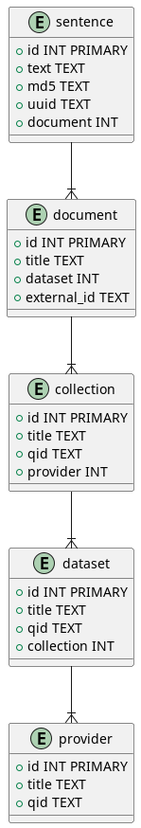
This is diagrams/datamodel.png from dpriskorn/riksdagen_sentences, a PlantUML export, as it was before one commit.
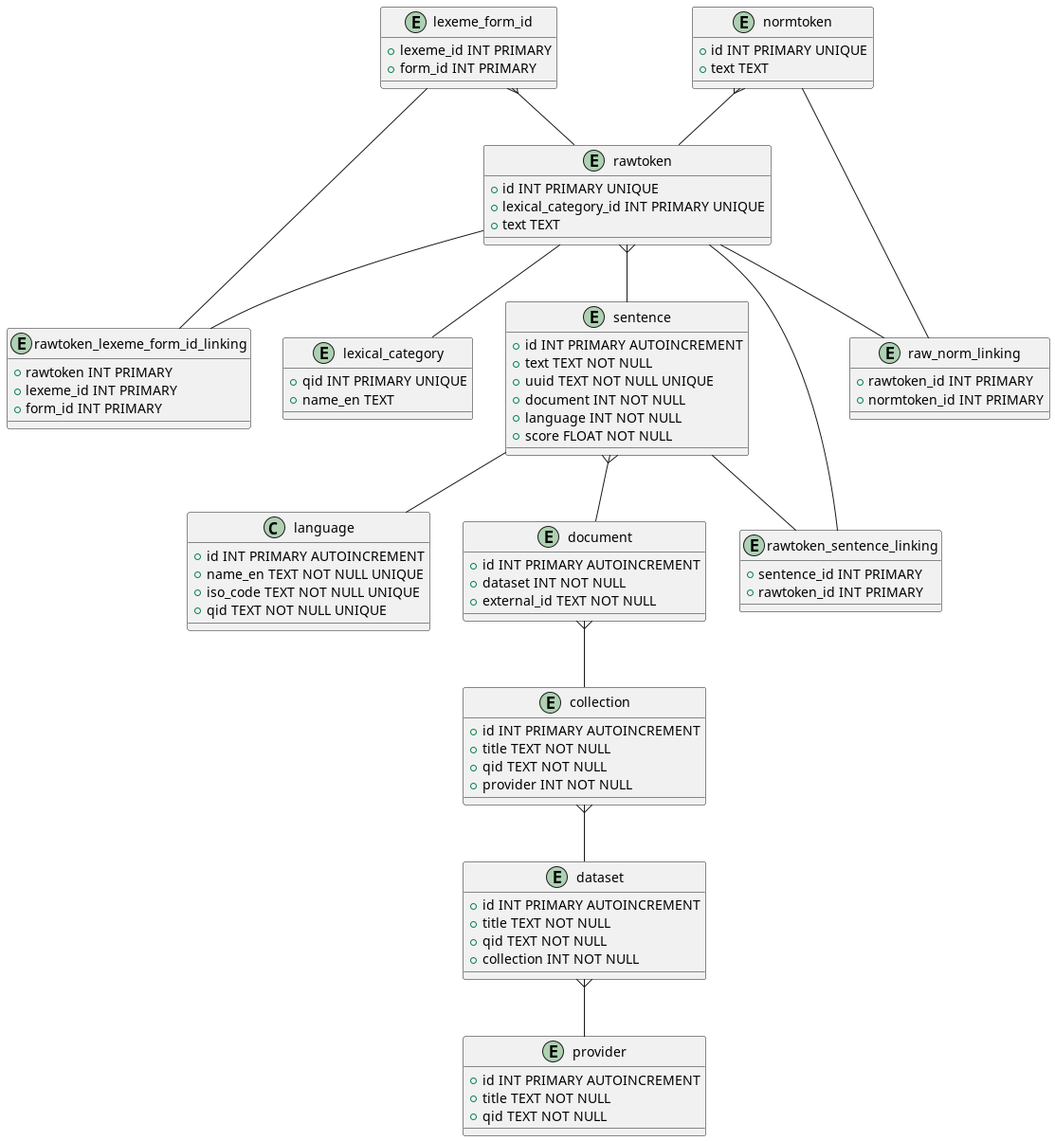
The same file after the commit.

Change to the diagram source:
```diff
@@ -1,36 +1,97 @@
 @startuml
+
+entity lexical_category {
+    + qid INT PRIMARY UNIQUE
+    + name_en TEXT
+}
+
+class language {
+    + id INT PRIMARY AUTOINCREMENT
+    + name_en TEXT NOT NULL UNIQUE
+    + iso_code TEXT NOT NULL UNIQUE
+    + qid TEXT NOT NULL UNIQUE
+}
 entity provider {
-    + id INT PRIMARY
-    + title TEXT
-    + qid TEXT
+    + id INT PRIMARY AUTOINCREMENT
+    + title TEXT NOT NULL
+    + qid TEXT NOT NULL
 }
 entity collection {
-    + id INT PRIMARY
-    + title TEXT
-    + qid TEXT
-    + provider INT
+    + id INT PRIMARY AUTOINCREMENT
+    + title TEXT NOT NULL
+    + qid TEXT NOT NULL
+    + provider INT NOT NULL
 }
+
 entity dataset {
-    + id INT PRIMARY
-    + title TEXT
-    + qid TEXT
-    + collection INT
+    + id INT PRIMARY AUTOINCREMENT
+    + title TEXT NOT NULL
+    + qid TEXT NOT NULL
+    + collection INT NOT NULL
 }
+
 entity document {
-    + id INT PRIMARY
-    + title TEXT
-    + dataset INT
-    + external_id TEXT
+    + id INT PRIMARY AUTOINCREMENT
+    + dataset INT NOT NULL
+    + external_id TEXT NOT NULL
 }
+
 entity sentence {
-    + id INT PRIMARY
+    + id INT PRIMARY AUTOINCREMENT
+    + text TEXT NOT NULL
+    + uuid TEXT NOT NULL UNIQUE
+    + document INT NOT NULL
+    + language INT NOT NULL
+    + score FLOAT NOT NULL
+}
+
+entity rawtoken_sentence_linking {
+    + sentence_id INT PRIMARY
+    + rawtoken_id INT PRIMARY
+}
+
+entity lexeme_form_id {
+    + lexeme_id INT PRIMARY
+    + form_id INT PRIMARY
+}
+
+entity rawtoken_lexeme_form_id_linking {
+    + rawtoken INT PRIMARY
+    + lexeme_id INT PRIMARY
+    + form_id INT PRIMARY
+}
+
+entity rawtoken {
+    + id INT PRIMARY UNIQUE
+    + lexical_category_id INT PRIMARY UNIQUE
     + text TEXT
-    + md5 TEXT
-    + uuid TEXT
-    + document INT
 }
-sentence --|{ document
-document --|{ collection
-collection --|{ dataset
-dataset --|{ provider
+
+entity normtoken {
+    + id INT PRIMARY UNIQUE
+    + text TEXT
+}
+
+entity raw_norm_linking {
+    + rawtoken_id INT PRIMARY
+    + normtoken_id INT PRIMARY
+}
+
+
+lexeme_form_id }-- rawtoken
+normtoken }-- rawtoken
+rawtoken }-- sentence
+sentence }-- document
+document }-- collection
+collection }-- dataset
+dataset }-- provider
+
+sentence -- language
+rawtoken -- lexical_category
+rawtoken -- raw_norm_linking
+normtoken -- raw_norm_linking
+rawtoken -- rawtoken_sentence_linking
+sentence -- rawtoken_sentence_linking
+rawtoken -- rawtoken_lexeme_form_id_linking
+lexeme_form_id -- rawtoken_lexeme_form_id_linking
 @enduml
```
